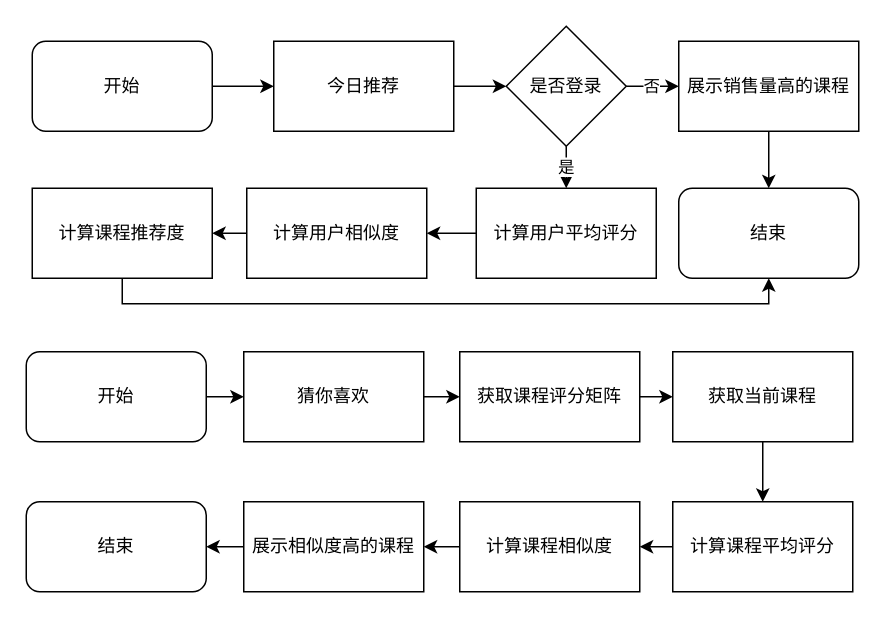
Above: 算法设计.drawio in luoZH111/imags (draw.io), before the change. Source tidied: cells renumbered, new cells numbered last; positions are measured from the earlier drawing's top-left corner, leaving out a move shared by most shapes. Both pictures are drawn from the tidied source at 150%, with x=0, y=0 at pixel (26, 26).
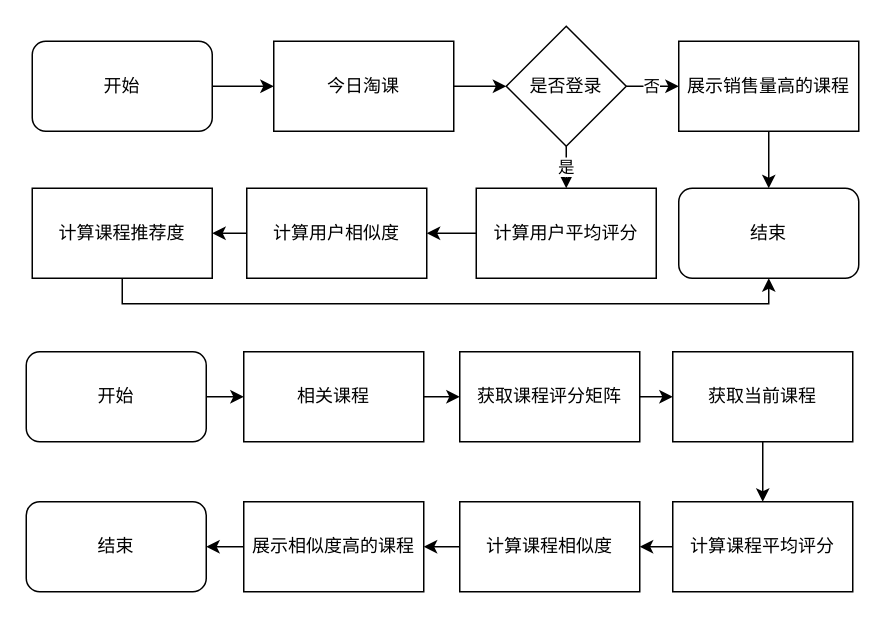
The same diagram, later.

The edit, as a diff of the source:
```diff
@@
-    <mxCell id="8" value="今日推荐" style="whiteSpace=wrap;html=1;" parent="1" vertex="1">
+    <mxCell id="8" value="今日淘课" style="whiteSpace=wrap;html=1;" parent="1" vertex="1">
       <mxGeometry x="165" y="10" width="120" height="60" as="geometry" />
     </mxCell>
@@
-    <mxCell id="21" value="猜你喜欢" style="whiteSpace=wrap;html=1;" parent="1" vertex="1">
+    <mxCell id="21" value="相关课程" style="whiteSpace=wrap;html=1;" parent="1" vertex="1">
       <mxGeometry x="145" y="217" width="120" height="60" as="geometry" />
     </mxCell>
```
